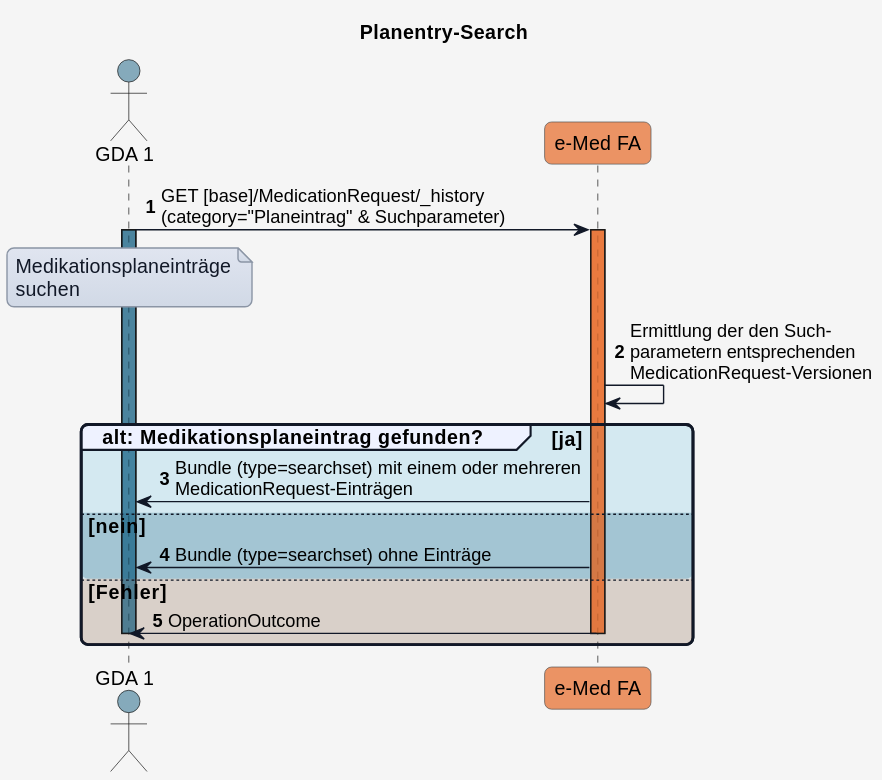
The PlantUML diagram r4-ELGA-e-Medikation-main/en/plantuml/UC_eMed_01_04.svg in HL7Austria/hl7austria.github.io, before a commit. Its diagram source:
```plantuml
@startuml
title Planentry-Search

skinparam borderColor #000000
skinparam backgroundColor #f5f5f5
skinparam shadowing false
skinparam roundCorner 10
skinparam defaultFontName "Arial"
skinparam defaultFontSize 14
skinparam defaultFontColor #000000
skinparam HyperlinkColor #0000EE
skinparam HyperlinkUnderline false
skinparam BoxPadding 20
skinparam BoxBorderColor #555555

skinparam note {
  BackgroundColor #e0e5f0-#d1d9e6
  BorderColor #8b95a5
  BorderThickness 1
  RoundCorner 0
  Padding 6
  FontColor #111827
  Shadowing false
}

skinparam sequence {
  ParticipantBorderColor #555555
  ParticipantBackgroundColor #ffffff
  ParticipantFontColor #000000
  ParticipantFontSize 14
  ParticipantPadding 20
  ArrowColor #111827
  ArrowThickness 1
  ArrowFontColor #000000
  ArrowFontSize 13
  GroupBorderColor #111827
  GroupBackgroundColor #eef2ff
  GroupBorderThickness 2
}

!define COLOR_GDA_1    #15608280
!define COLOR_PATIENT  #196B2480
!define COLOR_EMED_FA  #e97232bd

!define COLOR_OK       #0F9ED525
!define COLOR_OK_2     #34738d4e
!define COLOR_ERROR    #E9713235

actor GDA_1 as "GDA 1" COLOR_GDA_1
participant eMed_FA as "e-Med FA" COLOR_EMED_FA

autonumber

GDA_1 -> eMed_FA: GET [base]/MedicationRequest/_history\n(category="Planeintrag" & Suchparameter)
activate GDA_1 COLOR_GDA_1

note over GDA_1
Medikationsplaneinträge
suchen
end note

activate eMed_FA COLOR_EMED_FA
eMed_FA -> eMed_FA: Ermittlung der den Such-\nparametern entsprechenden\nMedicationRequest-Versionen

group COLOR_OK alt: Medikationsplaneintrag gefunden? [ja]
  eMed_FA -> GDA_1: Bundle (type=searchset) mit einem oder mehreren\nMedicationRequest-Einträgen
else COLOR_OK_2 nein
  eMed_FA -> GDA_1: Bundle (type=searchset) ohne Einträge
else COLOR_ERROR Fehler
  eMed_FA -> GDA_1: OperationOutcome
  deactivate GDA_1
  deactivate eMed_FA
end

deactivate GDA_1
deactivate eMed_FA
@enduml
```
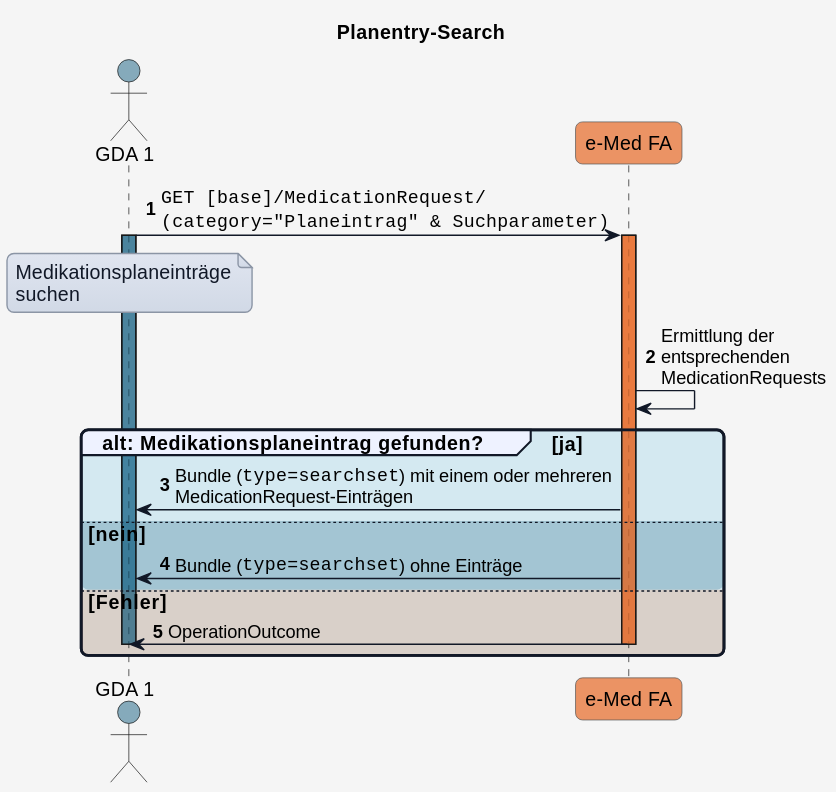
After the commit.

The edit, as a diff of the source:
```diff
@@ -51,7 +51,7 @@
 
 autonumber
 
-GDA_1 -> eMed_FA: GET [base]/MedicationRequest/_history\n(category="Planeintrag" & Suchparameter)
+GDA_1 -> eMed_FA: ""GET [base]/MedicationRequest/""\n""(category="Planeintrag" & Suchparameter)""
 activate GDA_1 COLOR_GDA_1
 
 note over GDA_1
@@ -60,12 +60,12 @@
 end note
 
 activate eMed_FA COLOR_EMED_FA
-eMed_FA -> eMed_FA: Ermittlung der den Such-\nparametern entsprechenden\nMedicationRequest-Versionen
+eMed_FA -> eMed_FA: Ermittlung der\nentsprechenden\nMedicationRequests
 
 group COLOR_OK alt: Medikationsplaneintrag gefunden? [ja]
-  eMed_FA -> GDA_1: Bundle (type=searchset) mit einem oder mehreren\nMedicationRequest-Einträgen
+  eMed_FA -> GDA_1: Bundle (""type=searchset"") mit einem oder mehreren\nMedicationRequest-Einträgen
 else COLOR_OK_2 nein
-  eMed_FA -> GDA_1: Bundle (type=searchset) ohne Einträge
+  eMed_FA -> GDA_1: Bundle (""type=searchset"") ohne Einträge
 else COLOR_ERROR Fehler
   eMed_FA -> GDA_1: OperationOutcome
   deactivate GDA_1
```
